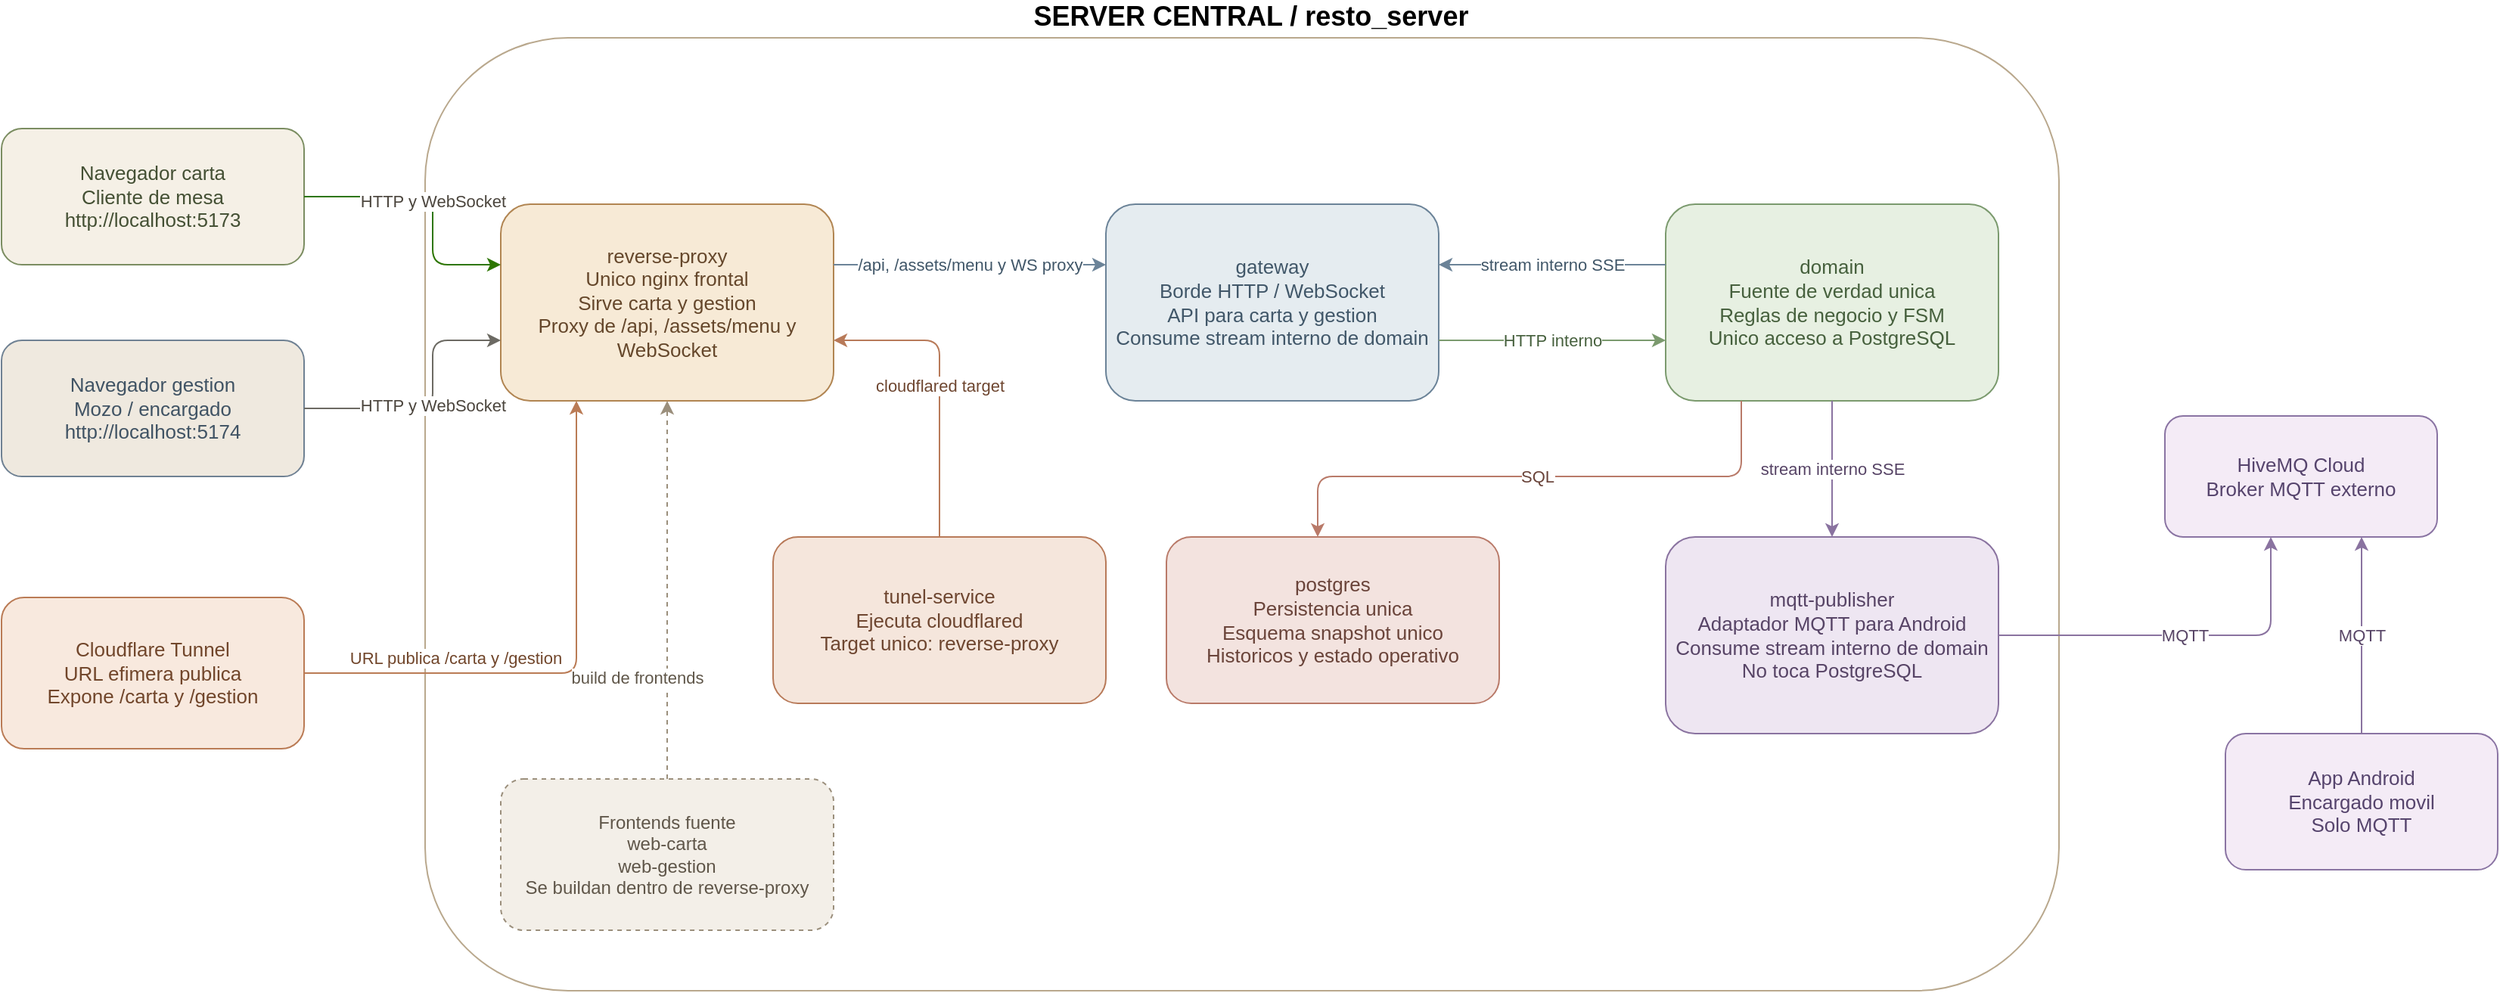
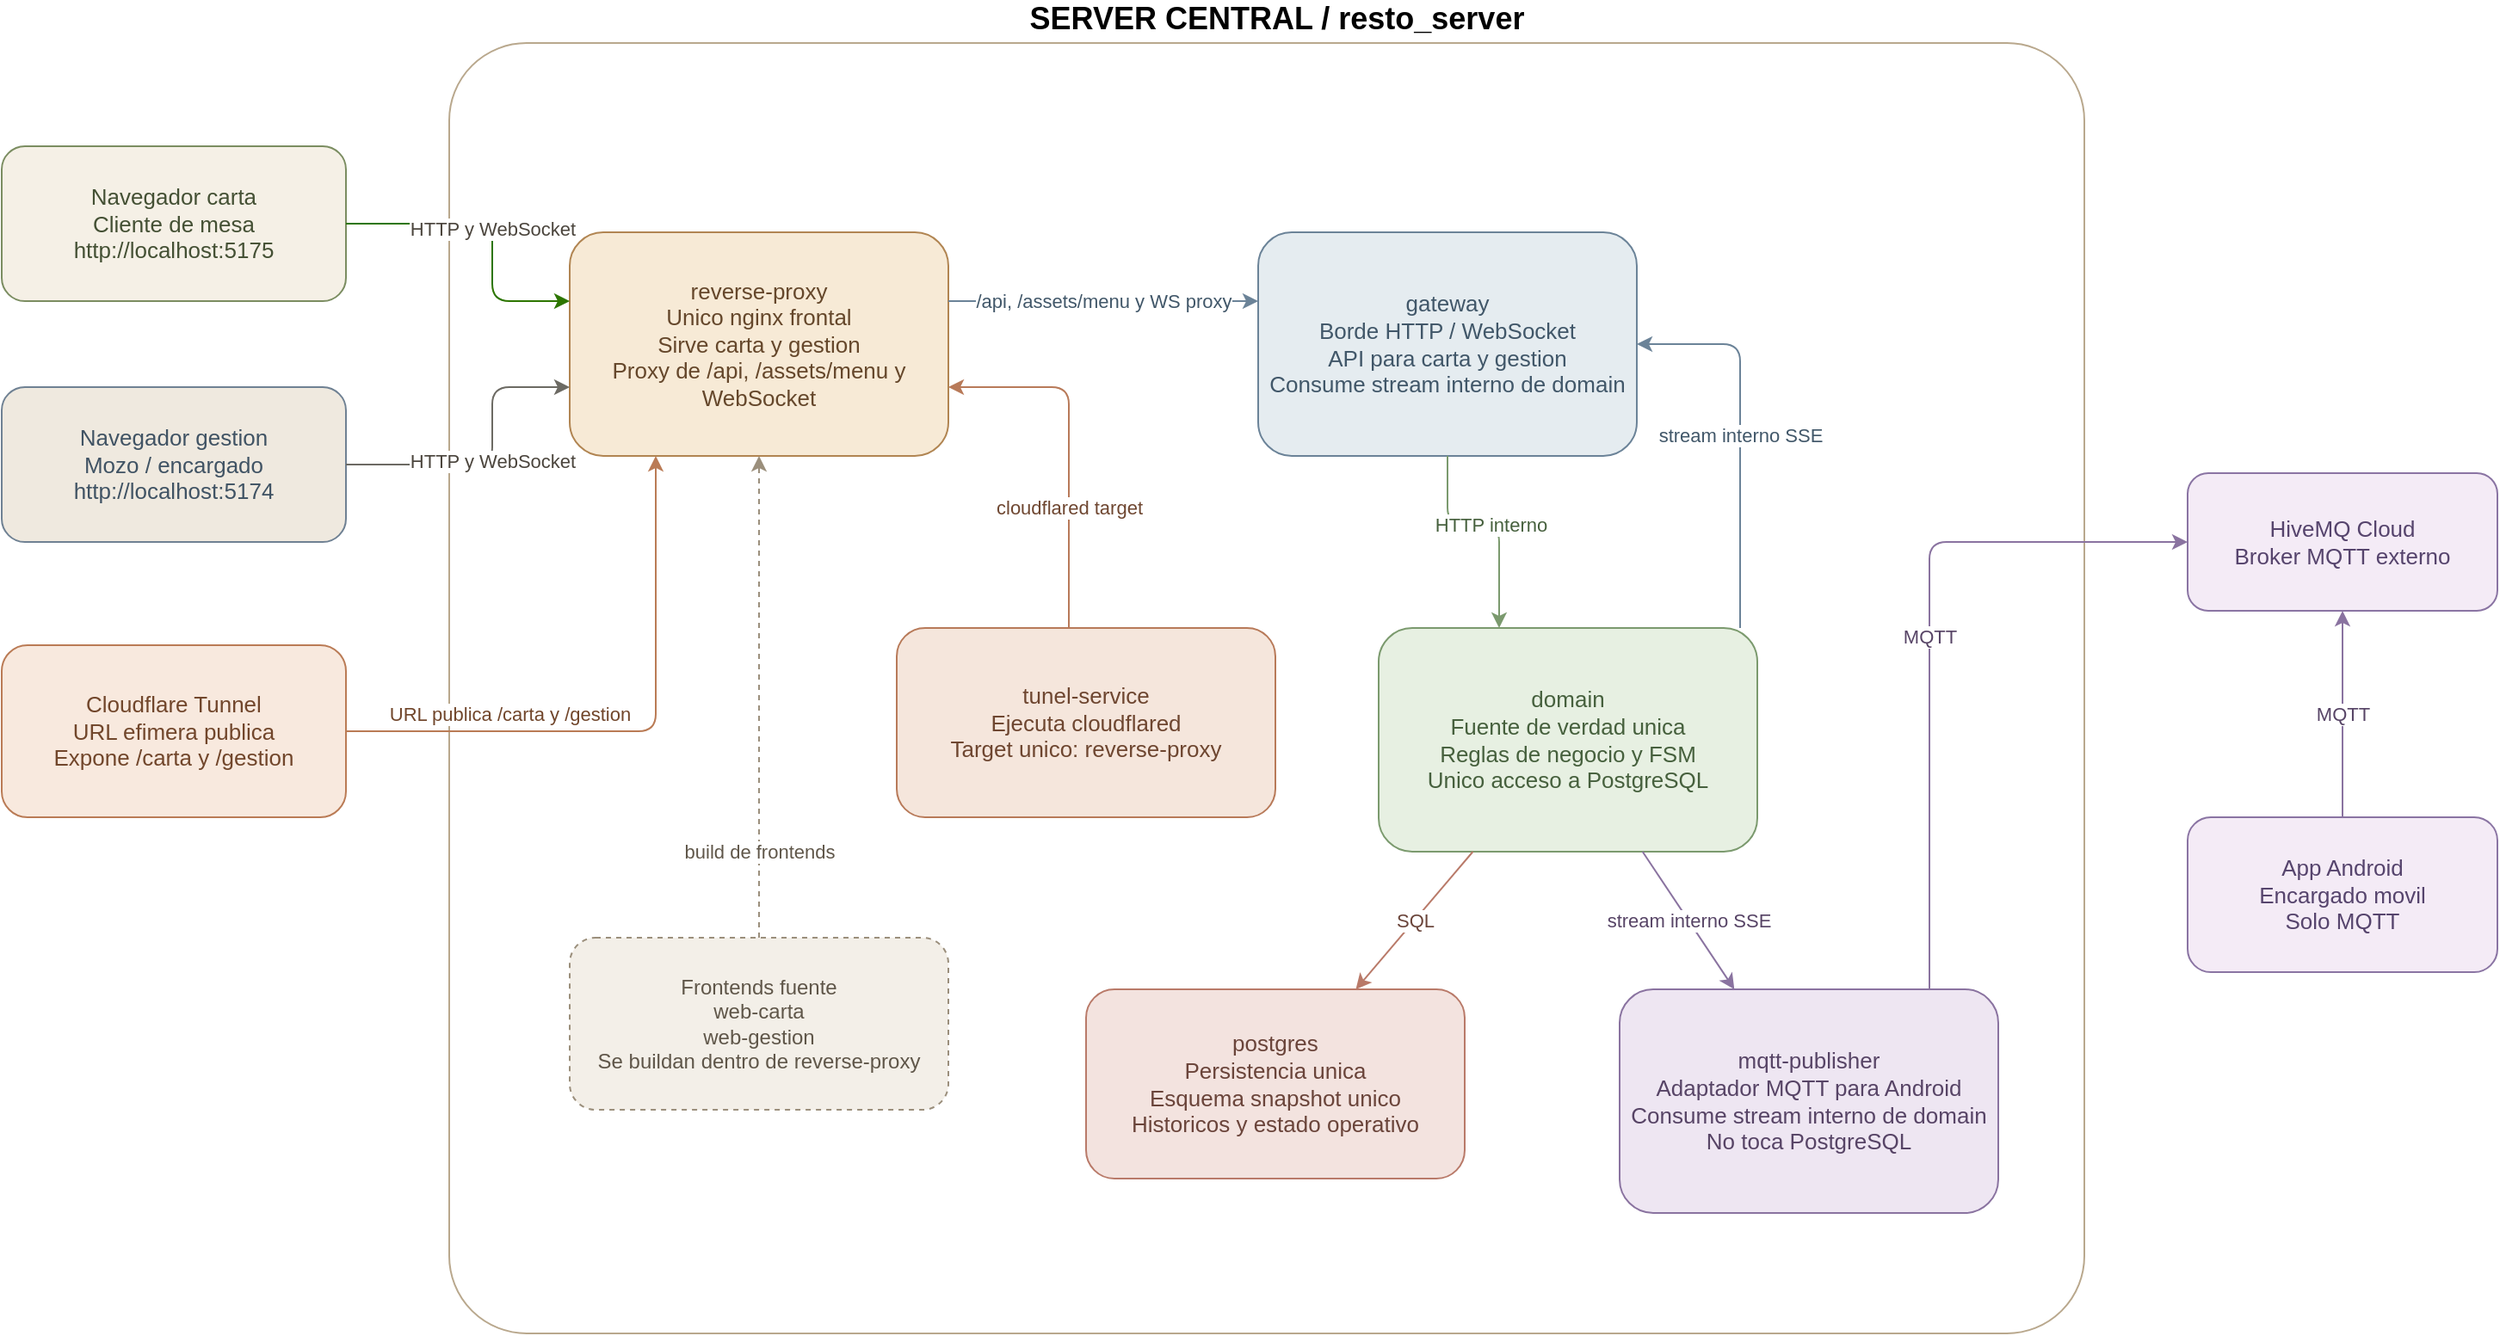
<mxfile host="Electron" agent="Mozilla/5.0 (Windows NT 10.0; Win64; x64) AppleWebKit/537.36 (KHTML, like Gecko) draw.io/29.6.6 Chrome/144.0.7559.236 Electron/40.8.4 Safari/537.36" version="29.6.6">
  <diagram id="arquitectura-server-central" name="Arquitectura">
-     <mxGraphModel dx="1744" dy="1058" grid="1" gridSize="10" guides="1" tooltips="1" connect="1" arrows="1" fold="1" page="1" pageScale="1" pageWidth="1600" pageHeight="1100" math="0" shadow="0">
+     <mxGraphModel dx="3565" dy="2103" grid="1" gridSize="10" guides="1" tooltips="1" connect="1" arrows="1" fold="1" page="1" pageScale="1" pageWidth="1600" pageHeight="1100" math="0" shadow="0">
      <root>
        <mxCell id="0" />
        <mxCell id="1" parent="0" />
-         <mxCell id="10" parent="1" style="rounded=1;whiteSpace=wrap;html=1;fillColor=none;strokeColor=#b9a88d;fontColor=default;fontStyle=1;fontSize=18;align=center;spacingLeft=12;labelPosition=center;verticalLabelPosition=top;verticalAlign=bottom;" value="SERVER CENTRAL / resto_server" vertex="1">
-           <mxGeometry height="630" width="1080" x="320" y="120" as="geometry" />
+         <mxCell id="10" parent="1" style="rounded=1;whiteSpace=wrap;html=1;fillColor=none;strokeColor=#b9a88d;fontColor=default;fontStyle=1;fontSize=18;align=center;spacingLeft=12;labelPosition=center;verticalLabelPosition=top;verticalAlign=bottom;perimeterSpacing=0;arcSize=6;" value="SERVER CENTRAL / resto_server" vertex="1">
+           <mxGeometry height="750" width="950" x="270" y="50" as="geometry" />
        </mxCell>
-         <mxCell id="20" parent="1" style="rounded=1;whiteSpace=wrap;html=1;fillColor=#f5f0e6;strokeColor=#7b8d61;fontColor=#445034;fontSize=13;" value="Navegador carta&#xa;Cliente de mesa&#xa;http://localhost:5173" vertex="1">
-           <mxGeometry height="90" width="200" x="40" y="180" as="geometry" />
+         <mxCell id="20" parent="1" style="rounded=1;whiteSpace=wrap;html=1;fillColor=#f5f0e6;strokeColor=#7b8d61;fontColor=#445034;fontSize=13;" value="Navegador carta&#xa;Cliente de mesa&#xa;http://localhost:5175" vertex="1">
+           <mxGeometry height="90" width="200" x="10" y="110" as="geometry" />
        </mxCell>
        <mxCell id="21" parent="1" style="rounded=1;whiteSpace=wrap;html=1;fillColor=#efe9df;strokeColor=#6f8193;fontColor=#405364;fontSize=13;" value="Navegador gestion&#xa;Mozo / encargado&#xa;http://localhost:5174" vertex="1">
-           <mxGeometry height="90" width="200" x="40" y="320" as="geometry" />
+           <mxGeometry height="90" width="200" x="10" y="250" as="geometry" />
        </mxCell>
        <mxCell id="22" parent="1" style="rounded=1;whiteSpace=wrap;html=1;fillColor=#f8e9de;strokeColor=#ba7b55;fontColor=#71462b;fontSize=13;" value="Cloudflare Tunnel&#xa;URL efimera publica&#xa;Expone /carta y /gestion" vertex="1">
-           <mxGeometry height="100" width="200" x="40" y="490" as="geometry" />
+           <mxGeometry height="100" width="200" x="10" y="400" as="geometry" />
        </mxCell>
        <mxCell id="23" parent="1" style="rounded=1;whiteSpace=wrap;html=1;fillColor=#f4ebf6;strokeColor=#8a74a3;fontColor=#56446d;fontSize=13;" value="HiveMQ Cloud&#xa;Broker MQTT externo" vertex="1">
-           <mxGeometry height="80" width="180" x="1470" y="370" as="geometry" />
+           <mxGeometry height="80" width="180" x="1280" y="300" as="geometry" />
        </mxCell>
        <mxCell id="24" parent="1" style="rounded=1;whiteSpace=wrap;html=1;fillColor=#f4ebf6;strokeColor=#8a74a3;fontColor=#56446d;fontSize=13;" value="App Android&#xa;Encargado movil&#xa;Solo MQTT" vertex="1">
-           <mxGeometry height="90" width="180" x="1510" y="580" as="geometry" />
+           <mxGeometry height="90" width="180" x="1280" y="500" as="geometry" />
        </mxCell>
        <mxCell id="30" parent="1" style="rounded=1;whiteSpace=wrap;html=1;fillColor=#f7ead6;strokeColor=#b18552;fontColor=#65472b;fontSize=13;" value="reverse-proxy&#xa;Unico nginx frontal&#xa;Sirve carta y gestion&#xa;Proxy de /api, /assets/menu y WebSocket" vertex="1">
-           <mxGeometry height="130" width="220" x="370" y="230" as="geometry" />
+           <mxGeometry height="130" width="220" x="340" y="160" as="geometry" />
        </mxCell>
        <mxCell id="31" parent="1" style="rounded=1;whiteSpace=wrap;html=1;fillColor=#e5ecf0;strokeColor=#6b8398;fontColor=#415769;fontSize=13;" value="gateway&#xa;Borde HTTP / WebSocket&#xa;API para carta y gestion&#xa;Consume stream interno de domain" vertex="1">
-           <mxGeometry height="130" width="220" x="770" y="230" as="geometry" />
+           <mxGeometry height="130" width="220" x="740" y="160" as="geometry" />
        </mxCell>
        <mxCell id="32" parent="1" style="rounded=1;whiteSpace=wrap;html=1;fillColor=#e7f0e2;strokeColor=#7b9a6e;fontColor=#46603d;fontSize=13;" value="domain&#xa;Fuente de verdad unica&#xa;Reglas de negocio y FSM&#xa;Unico acceso a PostgreSQL" vertex="1">
-           <mxGeometry height="130" width="220" x="1140" y="230" as="geometry" />
+           <mxGeometry height="130" width="220" x="810" y="390" as="geometry" />
        </mxCell>
        <mxCell id="33" parent="1" style="rounded=1;whiteSpace=wrap;html=1;fillColor=#f5e6dc;strokeColor=#b87a59;fontColor=#6e4630;fontSize=13;" value="tunel-service&#xa;Ejecuta cloudflared&#xa;Target unico: reverse-proxy" vertex="1">
-           <mxGeometry height="110" width="220" x="550" y="450" as="geometry" />
+           <mxGeometry height="110" width="220" x="530" y="390" as="geometry" />
        </mxCell>
        <mxCell id="34" parent="1" style="rounded=1;whiteSpace=wrap;html=1;fillColor=#eee6f2;strokeColor=#8a73a0;fontColor=#574466;fontSize=13;" value="mqtt-publisher&#xa;Adaptador MQTT para Android&#xa;Consume stream interno de domain&#xa;No toca PostgreSQL" vertex="1">
-           <mxGeometry height="130" width="220" x="1140" y="450" as="geometry" />
+           <mxGeometry height="130" width="220" x="950" y="600" as="geometry" />
        </mxCell>
        <mxCell id="35" parent="1" style="rounded=1;whiteSpace=wrap;html=1;fillColor=#f3e3df;strokeColor=#b97a69;fontColor=#6a443a;fontSize=13;" value="postgres&#xa;Persistencia unica&#xa;Esquema snapshot unico&#xa;Historicos y estado operativo" vertex="1">
-           <mxGeometry height="110" width="220" x="810" y="450" as="geometry" />
+           <mxGeometry height="110" width="220" x="640" y="600" as="geometry" />
        </mxCell>
        <mxCell id="36" parent="1" style="rounded=1;whiteSpace=wrap;html=1;fillColor=#f3efe8;strokeColor=#9b8f7c;fontColor=#5f5649;dashed=1;fontSize=12;" value="Frontends fuente&#xa;web-carta&#xa;web-gestion&#xa;Se buildan dentro de reverse-proxy" vertex="1">
-           <mxGeometry height="100" width="220" x="370" y="610" as="geometry" />
+           <mxGeometry height="100" width="220" x="340" y="570" as="geometry" />
        </mxCell>
        <mxCell id="100" edge="1" parent="1" source="20" style="edgeStyle=orthogonalEdgeStyle;rounded=1;html=1;strokeColor=#2D7600;fontColor=#4b453d;fontSize=11;fillColor=#60a917;" target="30" value="HTTP y WebSocket">
          <mxGeometry relative="1" as="geometry">
            <Array as="points">
-               <mxPoint x="325" y="225" />
-               <mxPoint x="325" y="270" />
+               <mxPoint x="295" y="155" />
+               <mxPoint x="295" y="200" />
            </Array>
          </mxGeometry>
        </mxCell>
        <mxCell id="101" edge="1" parent="1" source="21" style="edgeStyle=orthogonalEdgeStyle;rounded=1;html=1;strokeColor=#6c6a63;fontColor=#4b453d;fontSize=11;" target="30" value="HTTP y WebSocket">
          <mxGeometry relative="1" as="geometry">
            <Array as="points">
-               <mxPoint x="325" y="365" />
-               <mxPoint x="325" y="320" />
+               <mxPoint x="295" y="295" />
+               <mxPoint x="295" y="250" />
            </Array>
          </mxGeometry>
        </mxCell>
        <mxCell id="102" edge="1" parent="1" source="22" style="edgeStyle=orthogonalEdgeStyle;rounded=1;html=1;strokeColor=#ba7b55;fontColor=#71462b;fontSize=11;" target="30" value="URL publica /carta y /gestion">
          <mxGeometry relative="1" x="-0.4444" y="10" as="geometry">
            <mxPoint as="offset" />
            <Array as="points">
-               <mxPoint x="420" y="540" />
+               <mxPoint x="390" y="450" />
            </Array>
          </mxGeometry>
        </mxCell>
        <mxCell id="103" edge="1" parent="1" source="33" style="edgeStyle=orthogonalEdgeStyle;rounded=1;html=1;strokeColor=#b87a59;fontColor=#6e4630;fontSize=11;" target="30" value="cloudflared target">
-           <mxGeometry relative="1" as="geometry">
+           <mxGeometry relative="1" x="-0.3333" as="geometry">
+             <mxPoint as="offset" />
            <Array as="points">
-               <mxPoint x="660" y="320" />
+               <mxPoint x="630" y="250" />
            </Array>
          </mxGeometry>
        </mxCell>
        <mxCell id="104" edge="1" parent="1" source="30" style="edgeStyle=orthogonalEdgeStyle;rounded=1;html=1;strokeColor=#6b8398;fontColor=#415769;fontSize=11;" target="31" value="/api, /assets/menu y WS proxy">
          <mxGeometry relative="1" as="geometry">
            <Array as="points">
-               <mxPoint x="670" y="270" />
-               <mxPoint x="670" y="270" />
+               <mxPoint x="640" y="200" />
+               <mxPoint x="640" y="200" />
            </Array>
          </mxGeometry>
        </mxCell>
        <mxCell id="105" edge="1" parent="1" source="31" style="edgeStyle=orthogonalEdgeStyle;rounded=1;html=1;strokeColor=#7b9a6e;fontColor=#46603d;fontSize=11;" target="32" value="HTTP interno">
          <mxGeometry relative="1" as="geometry">
            <Array as="points">
-               <mxPoint x="1060" y="320" />
-               <mxPoint x="1060" y="320" />
+               <mxPoint x="850" y="330" />
+               <mxPoint x="880" y="330" />
            </Array>
          </mxGeometry>
        </mxCell>
-         <mxCell id="106" edge="1" parent="1" source="32" style="edgeStyle=orthogonalEdgeStyle;rounded=1;html=1;strokeColor=#b97a69;fontColor=#6a443a;fontSize=11;" target="35" value="SQL">
-           <mxGeometry relative="1" as="geometry">
-             <Array as="points">
-               <mxPoint x="1190" y="410" />
-               <mxPoint x="910" y="410" />
-             </Array>
-           </mxGeometry>
+         <mxCell id="106" edge="1" parent="1" source="32" style="rounded=1;html=1;strokeColor=#b97a69;fontColor=#6a443a;fontSize=11;" target="35" value="SQL">
+           <mxGeometry relative="1" as="geometry" />
        </mxCell>
        <mxCell id="107" edge="1" parent="1" source="32" style="edgeStyle=orthogonalEdgeStyle;rounded=1;html=1;strokeColor=#6b8398;fontColor=#415769;fontSize=11;" target="31" value="stream interno SSE">
          <mxGeometry relative="1" as="geometry">
            <Array as="points">
-               <mxPoint x="1090" y="270" />
-               <mxPoint x="1090" y="270" />
+               <mxPoint x="1020" y="225" />
            </Array>
          </mxGeometry>
        </mxCell>
-         <mxCell id="108" edge="1" parent="1" source="32" style="edgeStyle=orthogonalEdgeStyle;rounded=1;html=1;strokeColor=#8a73a0;fontColor=#574466;fontSize=11;" target="34" value="stream interno SSE">
+         <mxCell id="108" edge="1" parent="1" source="32" style="rounded=1;html=1;strokeColor=#8a73a0;fontColor=#574466;fontSize=11;" target="34" value="stream interno SSE">
          <mxGeometry relative="1" as="geometry" />
        </mxCell>
        <mxCell id="109" edge="1" parent="1" source="34" style="edgeStyle=orthogonalEdgeStyle;rounded=1;html=1;strokeColor=#8a73a0;fontColor=#574466;fontSize=11;" target="23" value="MQTT">
          <mxGeometry relative="1" as="geometry">
            <Array as="points">
-               <mxPoint x="1540" y="515" />
+               <mxPoint x="1130" y="340" />
            </Array>
          </mxGeometry>
        </mxCell>
        <mxCell id="110" edge="1" parent="1" source="24" style="edgeStyle=orthogonalEdgeStyle;rounded=1;html=1;strokeColor=#8a73a0;fontColor=#574466;fontSize=11;" target="23" value="MQTT">
          <mxGeometry relative="1" as="geometry">
            <Array as="points">
-               <mxPoint x="1600" y="570" />
-               <mxPoint x="1600" y="570" />
+               <mxPoint x="1370" y="480" />
+               <mxPoint x="1370" y="480" />
            </Array>
          </mxGeometry>
        </mxCell>
        <mxCell id="111" edge="1" parent="1" source="36" style="edgeStyle=orthogonalEdgeStyle;rounded=1;html=1;strokeColor=#9b8f7c;fontColor=#5f5649;fontSize=11;dashed=1;" target="30" value="build de frontends">
-           <mxGeometry relative="1" x="-0.4706" y="20" as="geometry">
-             <mxPoint y="-1" as="offset" />
+           <mxGeometry relative="1" x="-0.6429" as="geometry">
+             <mxPoint as="offset" />
            <Array as="points">
-               <mxPoint x="480" y="530" />
-               <mxPoint x="480" y="530" />
+               <mxPoint x="450" y="460" />
+               <mxPoint x="450" y="460" />
            </Array>
          </mxGeometry>
        </mxCell>
      </root>
    </mxGraphModel>
  </diagram>
</mxfile>
